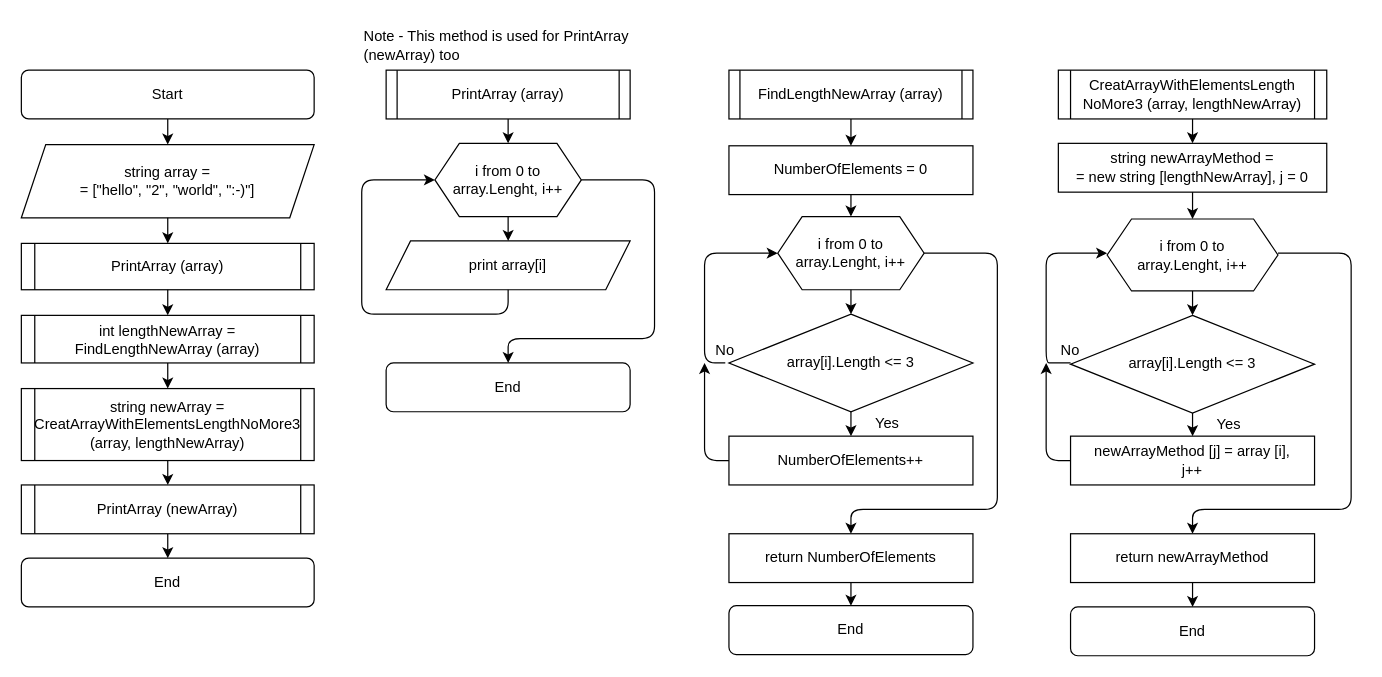
Before: block diagram.drawio in TonyKorolev/Main-Test, a draw.io diagram. Source tidied: cells renumbered, new cells numbered last; positions are measured from the earlier drawing's top-left corner, leaving out a move shared by most shapes. Both pictures are drawn from the tidied source at 122%, with x=0, y=0 at pixel (21, 21).
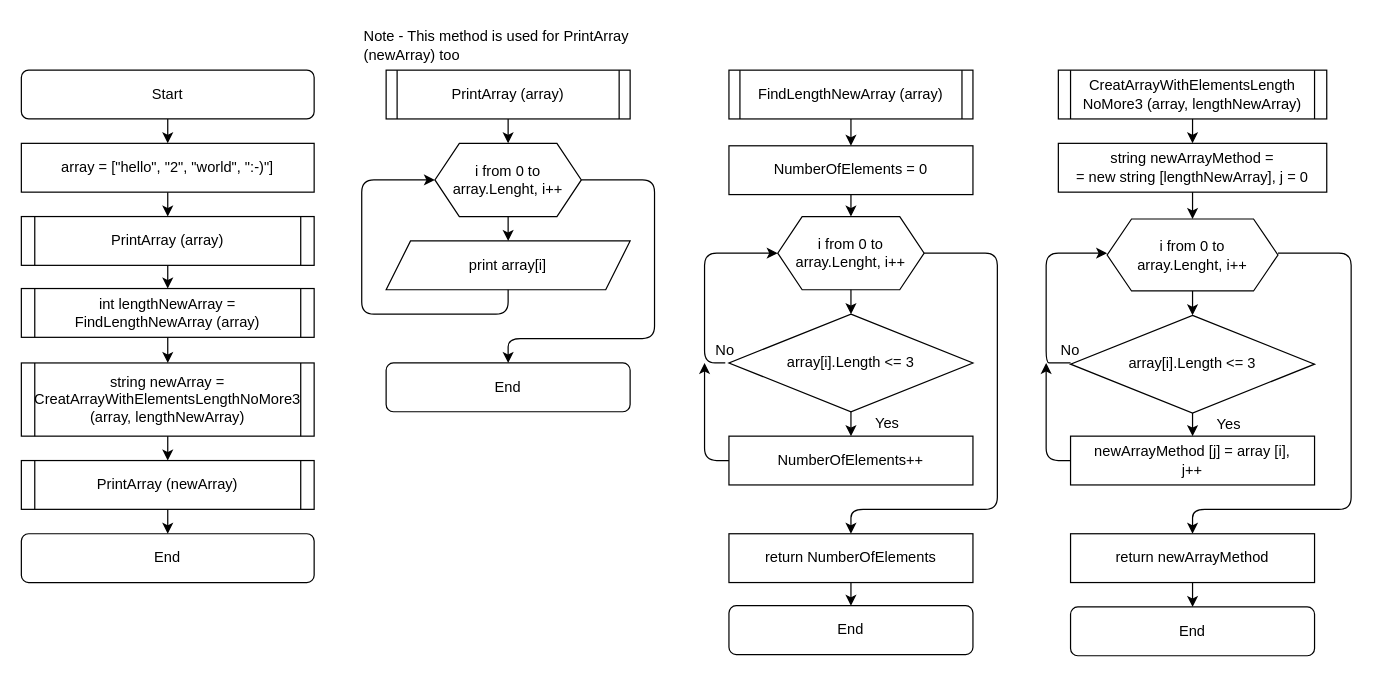
The same diagram, later.

Commit message (it also covers changes not shown here):
code: creat main programm

The change refers to these unchanged cells:
```xml
<mxCell id="2" value="Start" style="rounded=1;whiteSpace=wrap;html=1;" parent="1" vertex="1">
  <mxGeometry y="40" width="240" height="40" as="geometry" />
</mxCell>
```

The edit, as a diff of the source:
```diff
@@
-    <mxCell id="3" value="string array = &lt;br&gt;= [&quot;hello&quot;, &quot;2&quot;, &quot;world&quot;, &quot;:-)&quot;]" style="shape=parallelogram;perimeter=parallelogramPerimeter;whiteSpace=wrap;html=1;fixedSize=1;" parent="1" vertex="1">
-      <mxGeometry y="101" width="240" height="60" as="geometry" />
-    </mxCell>
     <mxCell id="4" value="string newArray = CreatArrayWithElementsLengthNoMore3&lt;br&gt;(array, lengthNewArray)" style="shape=process;whiteSpace=wrap;html=1;backgroundOutline=1;size=0.045454545454545456;" parent="1" vertex="1">
-      <mxGeometry y="301" width="240" height="59" as="geometry" />
+      <mxGeometry y="280" width="240" height="60" as="geometry" />
     </mxCell>
     <mxCell id="5" value="End" style="rounded=1;whiteSpace=wrap;html=1;" parent="1" vertex="1">
-      <mxGeometry y="440" width="240" height="40" as="geometry" />
+      <mxGeometry y="420" width="240" height="40" as="geometry" />
     </mxCell>
-    <mxCell id="6" style="endArrow=classic;html=1;exitX=0.5;exitY=1;exitDx=0;exitDy=0;entryX=0.5;entryY=0;entryDx=0;entryDy=0;" parent="1" edge="1" source="2" target="3">
+    <mxCell id="6" style="endArrow=classic;html=1;exitX=0.5;exitY=1;exitDx=0;exitDy=0;entryX=0.5;entryY=0;entryDx=0;entryDy=0;" parent="1" edge="1" source="2" target="58">
       <mxGeometry relative="1" as="geometry" />
     </mxCell>
@@
     <mxCell id="9" value="PrintArray (array)" style="shape=process;whiteSpace=wrap;html=1;backgroundOutline=1;size=0.045454545454545456;" parent="1" vertex="1">
-      <mxGeometry y="182" width="240" height="38" as="geometry" />
+      <mxGeometry y="160" width="240" height="40" as="geometry" />
     </mxCell>
     <mxCell id="10" value="PrintArray (newArray)" style="shape=process;whiteSpace=wrap;html=1;backgroundOutline=1;size=0.045454545454545456;" parent="1" vertex="1">
-      <mxGeometry y="380" width="240" height="40" as="geometry" />
+      <mxGeometry y="360" width="240" height="40" as="geometry" />
     </mxCell>
     <mxCell id="11" value="int lengthNewArray = FindLengthNewArray (array)" style="shape=process;whiteSpace=wrap;html=1;backgroundOutline=1;size=0.045454545454545456;" parent="1" vertex="1">
-      <mxGeometry y="241" width="240" height="39" as="geometry" />
+      <mxGeometry y="219" width="240" height="40" as="geometry" />
     </mxCell>
-    <mxCell id="12" style="endArrow=classic;html=1;exitX=0.5;exitY=1;exitDx=0;exitDy=0;entryX=0.5;entryY=0;entryDx=0;entryDy=0;" parent="1" edge="1" source="3" target="9">
+    <mxCell id="12" style="endArrow=classic;html=1;entryX=0.5;entryY=0;entryDx=0;entryDy=0;exitX=0.5;exitY=1;exitDx=0;exitDy=0;" parent="1" edge="1" source="58" target="9">
       <mxGeometry relative="1" as="geometry" />
     </mxCell>
@@
+    <mxCell id="58" value="&lt;span&gt;array =&lt;/span&gt;&lt;span&gt;&amp;nbsp;[&quot;hello&quot;, &quot;2&quot;, &quot;world&quot;, &quot;:-)&quot;]&lt;/span&gt;" style="rounded=0;whiteSpace=wrap;html=1;" parent="1" vertex="1">
+      <mxGeometry y="100" width="240" height="40" as="geometry" />
+    </mxCell>
```
